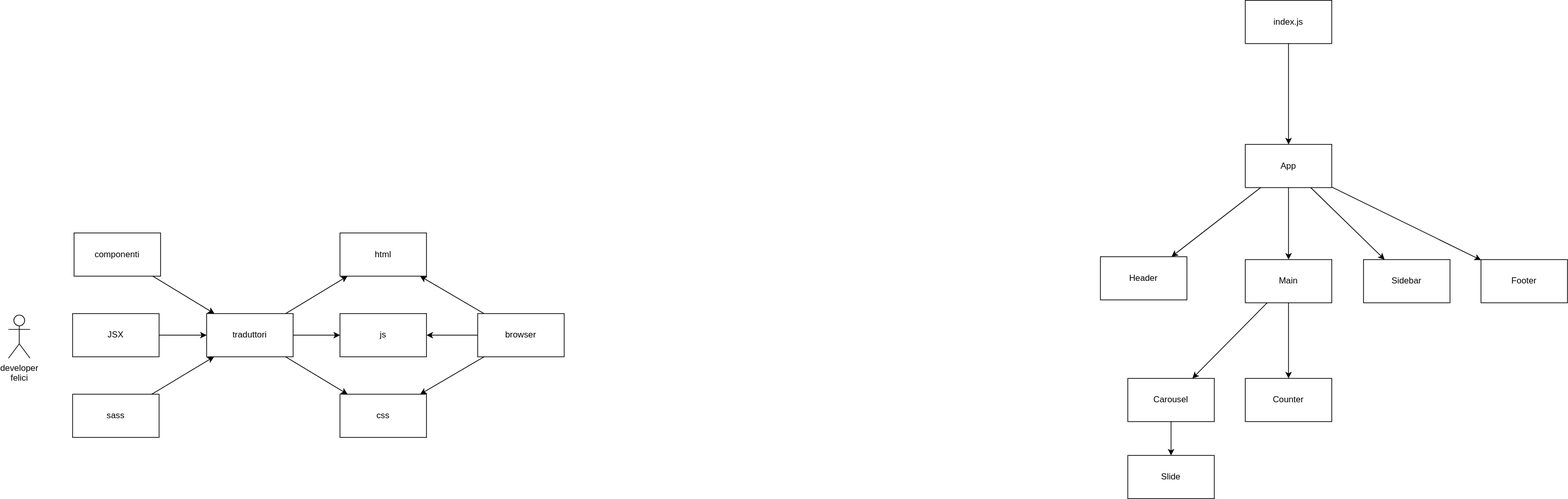
henri-kapidani/WDPT0224 keeps this draw.io diagram as general/react.drawio.svg. Above is the earlier version. Source tidied: cells renumbered, new cells last; positions are measured from the earlier drawing's top-left corner, leaving out a move shared by most shapes.
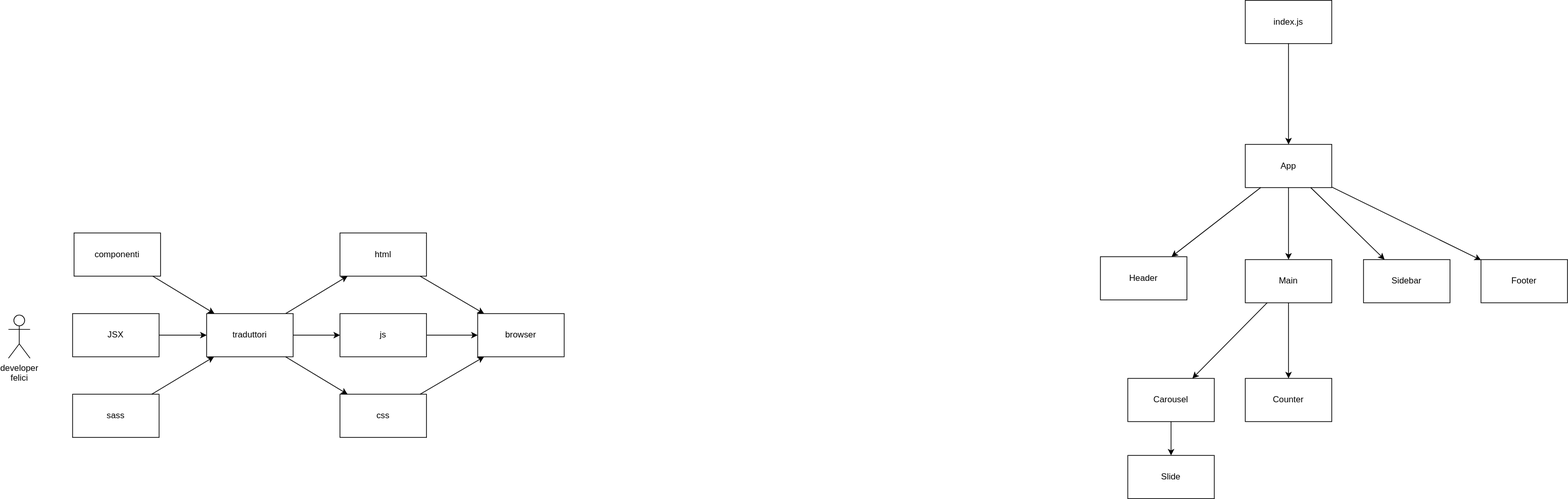
The same diagram one commit later.

Change to the diagram source:
```diff
@@ -2,24 +2,24 @@
   <root>
     <mxCell id="0" />
     <mxCell id="1" parent="0" />
-    <mxCell id="2" style="edgeStyle=none;html=1;" parent="1" edge="1" source="5" target="6">
-      <mxGeometry relative="1" as="geometry" />
-    </mxCell>
-    <mxCell id="3" style="edgeStyle=none;html=1;" parent="1" edge="1" source="5" target="7">
-      <mxGeometry relative="1" as="geometry" />
-    </mxCell>
-    <mxCell id="4" style="edgeStyle=none;html=1;" parent="1" edge="1" source="5" target="8">
-      <mxGeometry relative="1" as="geometry" />
-    </mxCell>
     <mxCell id="5" value="browser" style="whiteSpace=wrap;html=1;" parent="1" vertex="1">
       <mxGeometry x="651" y="435" width="120" height="60" as="geometry" />
     </mxCell>
+    <mxCell id="37" style="edgeStyle=none;html=1;" parent="1" edge="1" source="6" target="5">
+      <mxGeometry relative="1" as="geometry" />
+    </mxCell>
     <mxCell id="6" value="html" style="whiteSpace=wrap;html=1;" parent="1" vertex="1">
       <mxGeometry x="460" y="323" width="120" height="60" as="geometry" />
     </mxCell>
+    <mxCell id="38" style="edgeStyle=none;html=1;" parent="1" edge="1" source="7" target="5">
+      <mxGeometry relative="1" as="geometry" />
+    </mxCell>
     <mxCell id="7" value="js" style="whiteSpace=wrap;html=1;" parent="1" vertex="1">
       <mxGeometry x="460" y="435" width="120" height="60" as="geometry" />
     </mxCell>
+    <mxCell id="39" style="edgeStyle=none;html=1;" parent="1" edge="1" source="8" target="5">
+      <mxGeometry relative="1" as="geometry" />
+    </mxCell>
     <mxCell id="8" value="css" style="whiteSpace=wrap;html=1;" parent="1" vertex="1">
       <mxGeometry x="460" y="547" width="120" height="60" as="geometry" />
     </mxCell>
```
